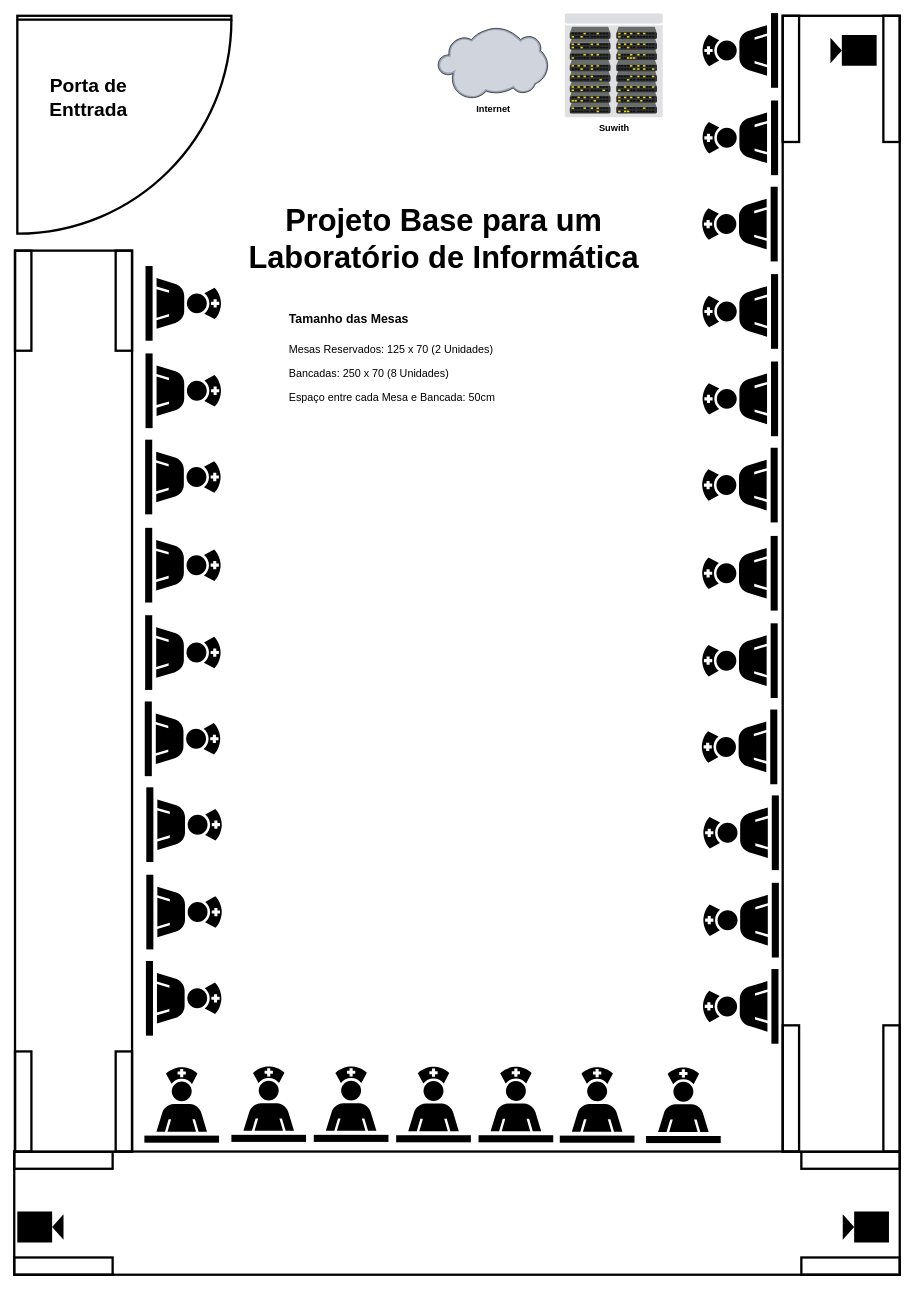
Earlier version of the draw.io diagram page "PÃ¡gina-2" (2 of 2) of ProjetoPavuna.drawio (FcoCarlosBarbosaMartins/ProjetoPavuna). Source tidied: cells renumbered, new cells numbered last; positions are measured from the earlier drawing's top-left corner, leaving out a move shared by most shapes. Both pictures are drawn from the tidied source at 77%, with x=0, y=0 at pixel (14, 13).
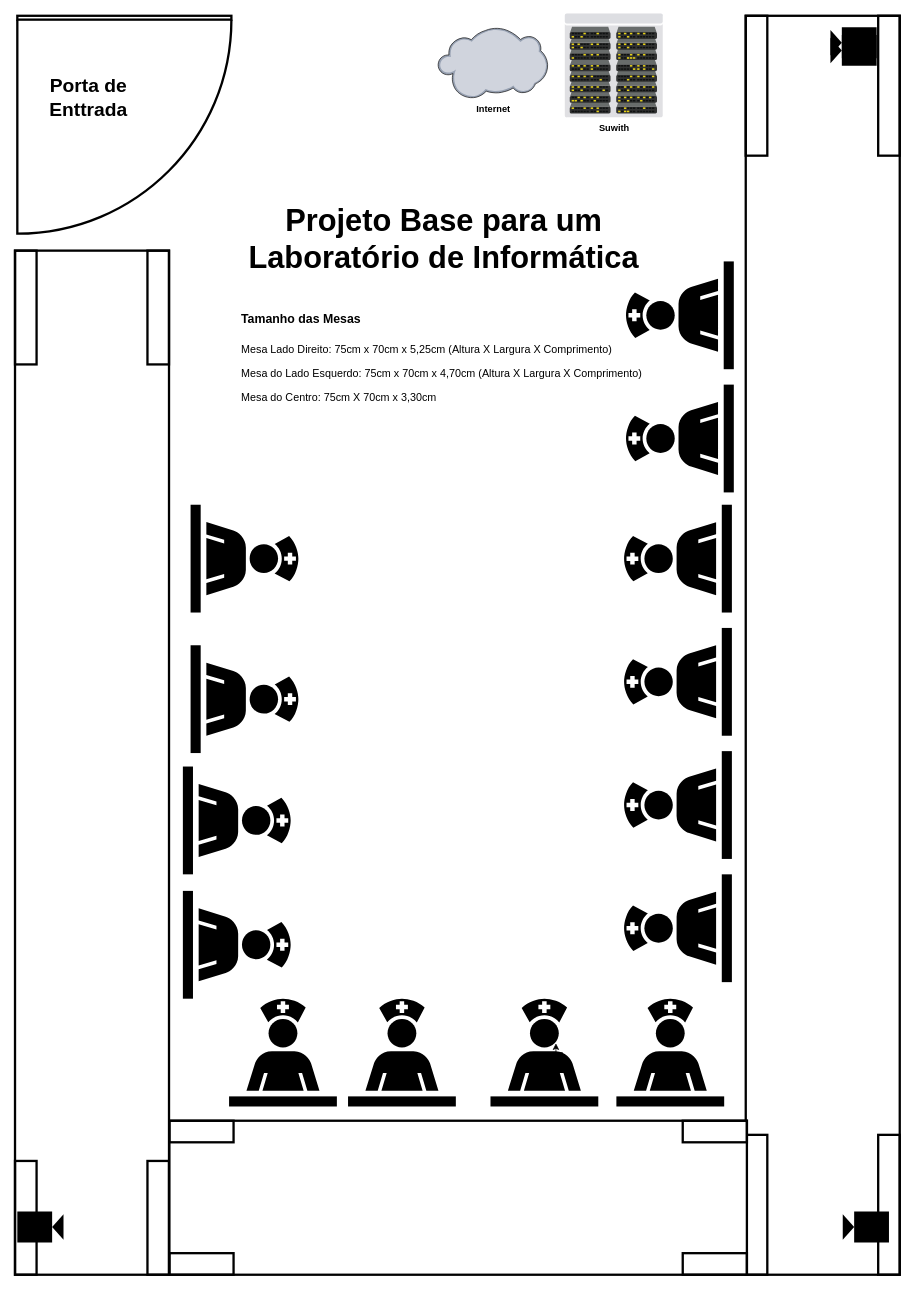
After the change.

The edit, as a diff of the source:
```diff
@@
+    <mxCell id="8" style="verticalLabelPosition=bottom;html=1;verticalAlign=top;align=center;shape=mxgraph.floorplan.table;direction=south;strokeWidth=3;" parent="1" vertex="1">
+      <mxGeometry x="1" y="308" width="200" height="1330" as="geometry" />
+    </mxCell>
+    <mxCell id="11" style="verticalLabelPosition=bottom;html=1;verticalAlign=top;align=center;shape=mxgraph.floorplan.table;direction=south;strokeWidth=3;" parent="1" vertex="1">
+      <mxGeometry x="950" y="3" width="200" height="1635" as="geometry" />
+    </mxCell>
     <mxCell id="2" style="verticalLabelPosition=bottom;html=1;verticalAlign=top;align=center;shape=mxgraph.floorplan.table;direction=west;strokeWidth=3;" parent="1" vertex="1">
-      <mxGeometry y="1478" width="1150" height="160" as="geometry" />
+      <mxGeometry x="201.5" y="1438" width="750" height="200" as="geometry" />
     </mxCell>
@@
-    <mxCell id="7" value="&lt;h1&gt;&lt;font style=&quot;font-size: 16px&quot;&gt;Tamanho das Mesas&lt;/font&gt;&lt;/h1&gt;&lt;p style=&quot;font-size: 14px&quot;&gt;Mesas Reservados: 125 x 70 (2 Unidades)&lt;/p&gt;&lt;p style=&quot;font-size: 14px&quot;&gt;Bancadas: 250 x 70 (8 Unidades)&lt;/p&gt;&lt;p style=&quot;font-size: 14px&quot;&gt;Espaço entre cada Mesa e Bancada: 50cm&lt;/p&gt;" style="text;html=1;strokeColor=none;fillColor=none;spacing=5;spacingTop=-20;whiteSpace=wrap;overflow=hidden;rounded=0;fontSize=14;" parent="1" vertex="1">
-      <mxGeometry x="351.5" y="368" width="450" height="150" as="geometry" />
+    <mxCell id="7" value="&lt;h1&gt;&lt;font style=&quot;font-size: 16px&quot;&gt;Tamanho das Mesas&lt;/font&gt;&lt;/h1&gt;&lt;p style=&quot;font-size: 14px&quot;&gt;Mesa Lado Direito: 75cm x 70cm x 5,25cm (Altura X Largura X Comprimento)&lt;/p&gt;&lt;p style=&quot;font-size: 14px&quot;&gt;Mesa do Lado Esquerdo: 75cm x 70cm x 4,70cm (Altura X Largura X Comprimento)&lt;/p&gt;&lt;p style=&quot;font-size: 14px&quot;&gt;Mesa do Centro: 75cm X 70cm x 3,30cm&lt;/p&gt;" style="text;html=1;strokeColor=none;fillColor=none;spacing=5;spacingTop=-20;whiteSpace=wrap;overflow=hidden;rounded=0;fontSize=14;" parent="1" vertex="1">
+      <mxGeometry x="290" y="368" width="550" height="150" as="geometry" />
     </mxCell>
-    <mxCell id="8" style="verticalLabelPosition=bottom;html=1;verticalAlign=top;align=center;shape=mxgraph.floorplan.table;direction=south;strokeWidth=3;" parent="1" vertex="1">
-      <mxGeometry x="1" y="308" width="152" height="1170" as="geometry" />
-    </mxCell>
@@
-    <mxCell id="11" style="verticalLabelPosition=bottom;html=1;verticalAlign=top;align=center;shape=mxgraph.floorplan.table;direction=south;strokeWidth=3;" parent="1" vertex="1">
-      <mxGeometry x="998" y="3" width="152" height="1475" as="geometry" />
-    </mxCell>
@@
-    <mxCell id="13" style="shape=mxgraph.signs.healthcare.care_staff_area;html=1;fillColor=#000000;strokeColor=none;verticalLabelPosition=bottom;verticalAlign=top;align=center;direction=south;" parent="1" vertex="1">
-      <mxGeometry x="171.5" y="1118.5" width="98" height="97" as="geometry" />
-    </mxCell>
-    <mxCell id="14" style="shape=mxgraph.signs.healthcare.care_staff_area;html=1;fillColor=#000000;strokeColor=none;verticalLabelPosition=bottom;verticalAlign=top;align=center;direction=south;" parent="1" vertex="1">
-      <mxGeometry x="171.5" y="1005" width="98" height="97" as="geometry" />
-    </mxCell>
-    <mxCell id="15" style="shape=mxgraph.signs.healthcare.care_staff_area;html=1;fillColor=#000000;strokeColor=none;verticalLabelPosition=bottom;verticalAlign=top;align=center;direction=south;" parent="1" vertex="1">
-      <mxGeometry x="171" y="1230.5" width="98" height="97" as="geometry" />
-    </mxCell>
-    <mxCell id="16" style="shape=mxgraph.signs.healthcare.care_staff_area;html=1;fillColor=#000000;strokeColor=none;verticalLabelPosition=bottom;verticalAlign=top;align=center;direction=south;" parent="1" vertex="1">
-      <mxGeometry x="170.5" y="441.5" width="98" height="97" as="geometry" />
-    </mxCell>
-    <mxCell id="17" style="shape=mxgraph.signs.healthcare.care_staff_area;html=1;fillColor=#000000;strokeColor=none;verticalLabelPosition=bottom;verticalAlign=top;align=center;direction=south;" parent="1" vertex="1">
-      <mxGeometry x="170.5" y="328" width="98" height="97" as="geometry" />
-    </mxCell>
-    <mxCell id="18" style="shape=mxgraph.signs.healthcare.care_staff_area;html=1;fillColor=#000000;strokeColor=none;verticalLabelPosition=bottom;verticalAlign=top;align=center;direction=south;" parent="1" vertex="1">
-      <mxGeometry x="170" y="553.5" width="98" height="97" as="geometry" />
-    </mxCell>
-    <mxCell id="19" style="shape=mxgraph.signs.healthcare.care_staff_area;html=1;fillColor=#000000;strokeColor=none;verticalLabelPosition=bottom;verticalAlign=top;align=center;direction=south;" parent="1" vertex="1">
-      <mxGeometry x="170" y="781.5" width="98" height="97" as="geometry" />
-    </mxCell>
-    <mxCell id="20" style="shape=mxgraph.signs.healthcare.care_staff_area;html=1;fillColor=#000000;strokeColor=none;verticalLabelPosition=bottom;verticalAlign=top;align=center;direction=south;" parent="1" vertex="1">
-      <mxGeometry x="170" y="668" width="98" height="97" as="geometry" />
-    </mxCell>
-    <mxCell id="21" style="shape=mxgraph.signs.healthcare.care_staff_area;html=1;fillColor=#000000;strokeColor=none;verticalLabelPosition=bottom;verticalAlign=top;align=center;direction=south;" parent="1" vertex="1">
-      <mxGeometry x="169.5" y="893.5" width="98" height="97" as="geometry" />
-    </mxCell>
-    <mxCell id="22" style="shape=mxgraph.signs.healthcare.care_staff_area;html=1;fillColor=#000000;strokeColor=none;verticalLabelPosition=bottom;verticalAlign=top;align=center;direction=east;" parent="1" vertex="1">
-      <mxGeometry x="169" y="1368.5" width="97" height="98" as="geometry" />
-    </mxCell>
-    <mxCell id="23" style="shape=mxgraph.signs.healthcare.care_staff_area;html=1;fillColor=#000000;strokeColor=none;verticalLabelPosition=bottom;verticalAlign=top;align=center;direction=east;" parent="1" vertex="1">
-      <mxGeometry x="282" y="1367.5" width="97" height="98" as="geometry" />
-    </mxCell>
-    <mxCell id="24" style="shape=mxgraph.signs.healthcare.care_staff_area;html=1;fillColor=#000000;strokeColor=none;verticalLabelPosition=bottom;verticalAlign=top;align=center;direction=east;" parent="1" vertex="1">
-      <mxGeometry x="389" y="1367.5" width="97" height="98" as="geometry" />
-    </mxCell>
     <mxCell id="25" style="shape=mxgraph.signs.healthcare.care_staff_area;html=1;fillColor=#000000;strokeColor=none;verticalLabelPosition=bottom;verticalAlign=top;align=center;direction=east;" parent="1" vertex="1">
-      <mxGeometry x="496" y="1368" width="97" height="98" as="geometry" />
+      <mxGeometry x="279" y="1279.5" width="140" height="140" as="geometry" />
     </mxCell>
     <mxCell id="26" style="shape=mxgraph.signs.healthcare.care_staff_area;html=1;fillColor=#000000;strokeColor=none;verticalLabelPosition=bottom;verticalAlign=top;align=center;direction=east;" parent="1" vertex="1">
-      <mxGeometry x="603" y="1368" width="97" height="98" as="geometry" />
+      <mxGeometry x="433.5" y="1279.5" width="140" height="140" as="geometry" />
     </mxCell>
     <mxCell id="27" style="shape=mxgraph.signs.healthcare.care_staff_area;html=1;fillColor=#000000;strokeColor=none;verticalLabelPosition=bottom;verticalAlign=top;align=center;direction=east;" parent="1" vertex="1">
-      <mxGeometry x="708.5" y="1368.5" width="97" height="98" as="geometry" />
+      <mxGeometry x="618.5" y="1279.5" width="140" height="140" as="geometry" />
     </mxCell>
     <mxCell id="28" style="shape=mxgraph.signs.healthcare.care_staff_area;html=1;fillColor=#000000;strokeColor=none;verticalLabelPosition=bottom;verticalAlign=top;align=center;direction=east;" parent="1" vertex="1">
-      <mxGeometry x="820.5" y="1369" width="97" height="98" as="geometry" />
+      <mxGeometry x="782" y="1279.5" width="140" height="140" as="geometry" />
     </mxCell>
-    <mxCell id="29" style="shape=mxgraph.signs.healthcare.care_staff_area;html=1;fillColor=#000000;strokeColor=none;verticalLabelPosition=bottom;verticalAlign=top;align=center;direction=north;" parent="1" vertex="1">
-      <mxGeometry x="895" y="1129" width="98" height="97" as="geometry" />
-    </mxCell>
-    <mxCell id="30" style="shape=mxgraph.signs.healthcare.care_staff_area;html=1;fillColor=#000000;strokeColor=none;verticalLabelPosition=bottom;verticalAlign=top;align=center;direction=north;" parent="1" vertex="1">
-      <mxGeometry x="895" y="1015.5" width="98" height="97" as="geometry" />
-    </mxCell>
-    <mxCell id="31" style="shape=mxgraph.signs.healthcare.care_staff_area;html=1;fillColor=#000000;strokeColor=none;verticalLabelPosition=bottom;verticalAlign=top;align=center;direction=north;" parent="1" vertex="1">
-      <mxGeometry x="894.5" y="1241" width="98" height="97" as="geometry" />
-    </mxCell>
-    <mxCell id="32" style="shape=mxgraph.signs.healthcare.care_staff_area;html=1;fillColor=#000000;strokeColor=none;verticalLabelPosition=bottom;verticalAlign=top;align=center;direction=north;" parent="1" vertex="1">
-      <mxGeometry x="894" y="452" width="98" height="97" as="geometry" />
-    </mxCell>
-    <mxCell id="33" style="shape=mxgraph.signs.healthcare.care_staff_area;html=1;fillColor=#000000;strokeColor=none;verticalLabelPosition=bottom;verticalAlign=top;align=center;direction=north;" parent="1" vertex="1">
-      <mxGeometry x="894" y="338.5" width="98" height="97" as="geometry" />
-    </mxCell>
-    <mxCell id="34" style="shape=mxgraph.signs.healthcare.care_staff_area;html=1;fillColor=#000000;strokeColor=none;verticalLabelPosition=bottom;verticalAlign=top;align=center;direction=north;" parent="1" vertex="1">
-      <mxGeometry x="893.5" y="564" width="98" height="97" as="geometry" />
-    </mxCell>
-    <mxCell id="35" style="shape=mxgraph.signs.healthcare.care_staff_area;html=1;fillColor=#000000;strokeColor=none;verticalLabelPosition=bottom;verticalAlign=top;align=center;direction=north;" parent="1" vertex="1">
-      <mxGeometry x="893.5" y="792" width="98" height="97" as="geometry" />
-    </mxCell>
-    <mxCell id="36" style="shape=mxgraph.signs.healthcare.care_staff_area;html=1;fillColor=#000000;strokeColor=none;verticalLabelPosition=bottom;verticalAlign=top;align=center;direction=north;" parent="1" vertex="1">
-      <mxGeometry x="893.5" y="678.5" width="98" height="97" as="geometry" />
-    </mxCell>
-    <mxCell id="37" style="shape=mxgraph.signs.healthcare.care_staff_area;html=1;fillColor=#000000;strokeColor=none;verticalLabelPosition=bottom;verticalAlign=top;align=center;direction=north;" parent="1" vertex="1">
-      <mxGeometry x="893" y="904" width="98" height="97" as="geometry" />
-    </mxCell>
-    <mxCell id="38" style="shape=mxgraph.signs.healthcare.care_staff_area;html=1;fillColor=#000000;strokeColor=none;verticalLabelPosition=bottom;verticalAlign=top;align=center;direction=north;" parent="1" vertex="1">
-      <mxGeometry x="894" y="113" width="98" height="97" as="geometry" />
-    </mxCell>
-    <mxCell id="39" style="shape=mxgraph.signs.healthcare.care_staff_area;html=1;fillColor=#000000;strokeColor=none;verticalLabelPosition=bottom;verticalAlign=top;align=center;direction=north;" parent="1" vertex="1">
-      <mxGeometry x="894" y="-0.5" width="98" height="97" as="geometry" />
-    </mxCell>
-    <mxCell id="40" style="shape=mxgraph.signs.healthcare.care_staff_area;html=1;fillColor=#000000;strokeColor=none;verticalLabelPosition=bottom;verticalAlign=top;align=center;direction=north;" parent="1" vertex="1">
-      <mxGeometry x="893.5" y="225" width="98" height="97" as="geometry" />
-    </mxCell>
@@
+    <mxCell id="43" style="edgeStyle=orthogonalEdgeStyle;rounded=0;orthogonalLoop=1;jettySize=auto;html=1;exitX=0.67;exitY=0.5;exitDx=0;exitDy=0;exitPerimeter=0;entryX=0.607;entryY=0.414;entryDx=0;entryDy=0;entryPerimeter=0;" parent="1" edge="1" source="27" target="27">
+      <mxGeometry relative="1" as="geometry" />
+    </mxCell>
+    <mxCell id="44" style="shape=mxgraph.signs.healthcare.care_staff_area;html=1;fillColor=#000000;strokeColor=none;verticalLabelPosition=bottom;verticalAlign=top;align=center;direction=north;" parent="1" vertex="1">
+      <mxGeometry x="792" y="1118" width="140" height="140" as="geometry" />
+    </mxCell>
+    <mxCell id="45" style="shape=mxgraph.signs.healthcare.care_staff_area;html=1;fillColor=#000000;strokeColor=none;verticalLabelPosition=bottom;verticalAlign=top;align=center;direction=north;" parent="1" vertex="1">
+      <mxGeometry x="792" y="958" width="140" height="140" as="geometry" />
+    </mxCell>
+    <mxCell id="46" style="shape=mxgraph.signs.healthcare.care_staff_area;html=1;fillColor=#000000;strokeColor=none;verticalLabelPosition=bottom;verticalAlign=top;align=center;direction=north;" parent="1" vertex="1">
+      <mxGeometry x="792" y="798" width="140" height="140" as="geometry" />
+    </mxCell>
+    <mxCell id="47" style="shape=mxgraph.signs.healthcare.care_staff_area;html=1;fillColor=#000000;strokeColor=none;verticalLabelPosition=bottom;verticalAlign=top;align=center;direction=north;" parent="1" vertex="1">
+      <mxGeometry x="792" y="638" width="140" height="140" as="geometry" />
+    </mxCell>
+    <mxCell id="48" style="shape=mxgraph.signs.healthcare.care_staff_area;html=1;fillColor=#000000;strokeColor=none;verticalLabelPosition=bottom;verticalAlign=top;align=center;direction=north;" parent="1" vertex="1">
+      <mxGeometry x="794.5" y="482" width="140" height="140" as="geometry" />
+    </mxCell>
+    <mxCell id="49" style="shape=mxgraph.signs.healthcare.care_staff_area;html=1;fillColor=#000000;strokeColor=none;verticalLabelPosition=bottom;verticalAlign=top;align=center;direction=north;" parent="1" vertex="1">
+      <mxGeometry x="794.5" y="322" width="140" height="140" as="geometry" />
+    </mxCell>
+    <mxCell id="50" style="shape=mxgraph.signs.healthcare.care_staff_area;html=1;fillColor=#000000;strokeColor=none;verticalLabelPosition=bottom;verticalAlign=top;align=center;direction=south;" parent="1" vertex="1">
+      <mxGeometry x="219" y="1139.5" width="140" height="140" as="geometry" />
+    </mxCell>
+    <mxCell id="51" style="shape=mxgraph.signs.healthcare.care_staff_area;html=1;fillColor=#000000;strokeColor=none;verticalLabelPosition=bottom;verticalAlign=top;align=center;direction=south;" parent="1" vertex="1">
+      <mxGeometry x="219" y="978" width="140" height="140" as="geometry" />
+    </mxCell>
+    <mxCell id="52" style="shape=mxgraph.signs.healthcare.care_staff_area;html=1;fillColor=#000000;strokeColor=none;verticalLabelPosition=bottom;verticalAlign=top;align=center;direction=south;" parent="1" vertex="1">
+      <mxGeometry x="229" y="820.5" width="140" height="140" as="geometry" />
+    </mxCell>
+    <mxCell id="53" style="shape=mxgraph.signs.healthcare.care_staff_area;html=1;fillColor=#000000;strokeColor=none;verticalLabelPosition=bottom;verticalAlign=top;align=center;direction=south;" parent="1" vertex="1">
+      <mxGeometry x="229" y="638" width="140" height="140" as="geometry" />
+    </mxCell>
```
